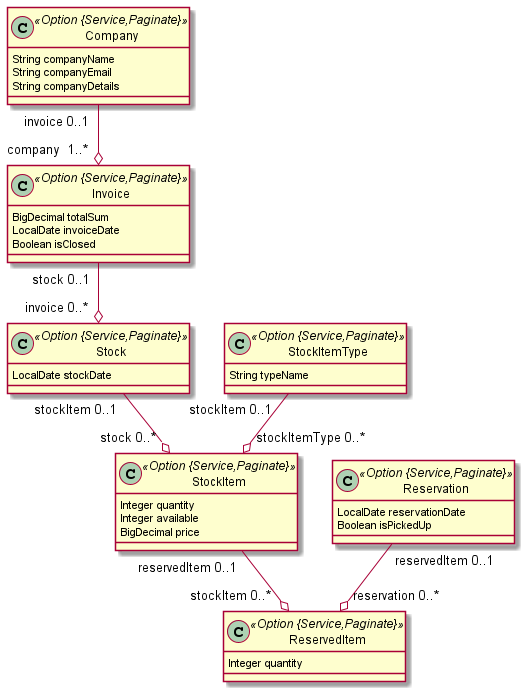
The PlantUML diagram jdl/jhipster-jdlv4.png in softalaRyhma2/SR2, before a commit.
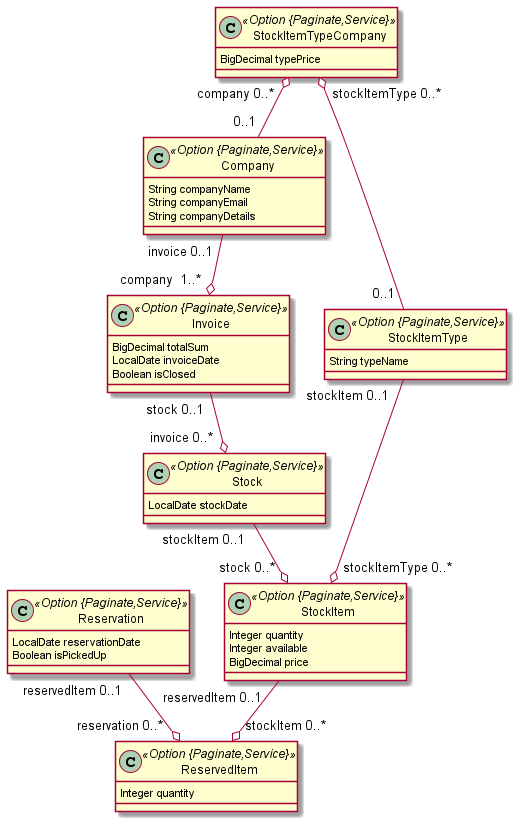
Above is the later version.

Diff of the diagram source:
```diff
@@ -1,31 +1,34 @@
 @startuml
 	!pragma syntax class
-	class Company <<Option {Service,Paginate}>> {
+	class Company <<Option {Paginate,Service}>> {
 		String companyName
 		String companyEmail
 		String companyDetails
 	}
-	class Invoice <<Option {Service,Paginate}>> {
+	class Invoice <<Option {Paginate,Service}>> {
 		BigDecimal totalSum
 		LocalDate invoiceDate
 		Boolean isClosed
 	}
-	class Stock <<Option {Service,Paginate}>> {
+	class Stock <<Option {Paginate,Service}>> {
 		LocalDate stockDate
 	}
-	class StockItem <<Option {Service,Paginate}>> {
+	class StockItem <<Option {Paginate,Service}>> {
 		Integer quantity
 		Integer available
 		BigDecimal price
 	}
-	class StockItemType <<Option {Service,Paginate}>> {
+	class StockItemType <<Option {Paginate,Service}>> {
 		String typeName
 	}
-	class Reservation <<Option {Service,Paginate}>> {
+	class StockItemTypeCompany <<Option {Paginate,Service}>> {
+		BigDecimal typePrice
+	}
+	class Reservation <<Option {Paginate,Service}>> {
 		LocalDate reservationDate
 		Boolean isPickedUp
 	}
-	class ReservedItem <<Option {Service,Paginate}>> {
+	class ReservedItem <<Option {Paginate,Service}>> {
 		Integer quantity
 	}
 	Company  "invoice 0..1 " --o "company  1..* "  Invoice
@@ -34,4 +37,6 @@
 	StockItemType  "stockItem 0..1 " --o "stockItemType 0..* "  StockItem
 	Reservation  "reservedItem 0..1 " --o "reservation 0..* "  ReservedItem
 	StockItem  "reservedItem 0..1 " --o "stockItem 0..* "  ReservedItem
+	StockItemTypeCompany  "stockItemType 0..* " o-- "0..1 "  StockItemType
+	StockItemTypeCompany  "company 0..* " o-- "0..1 "  Company
 @enduml
```
